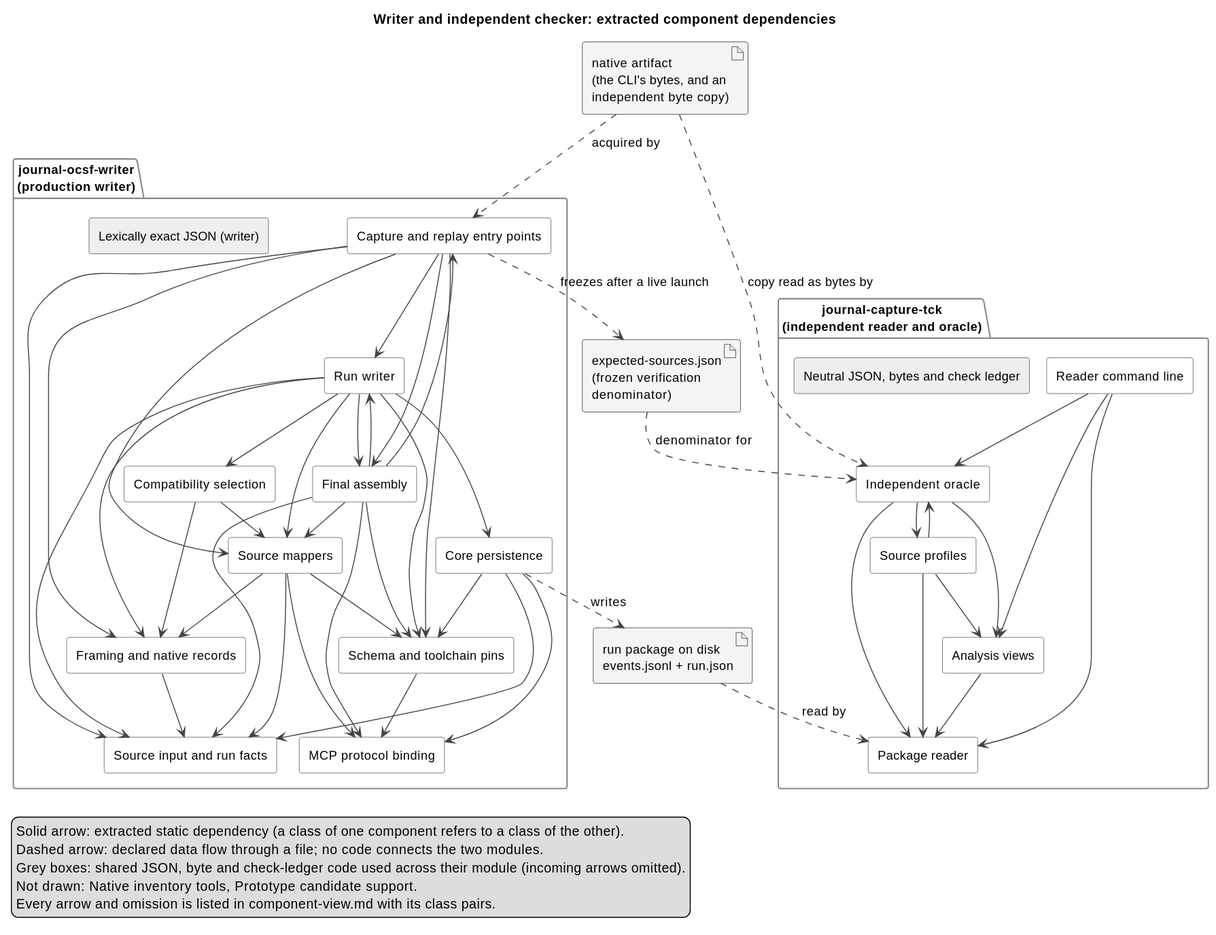
The PlantUML diagram docs/architecture/generated/component-view.svg in markpollack/agent-journal, before a commit.
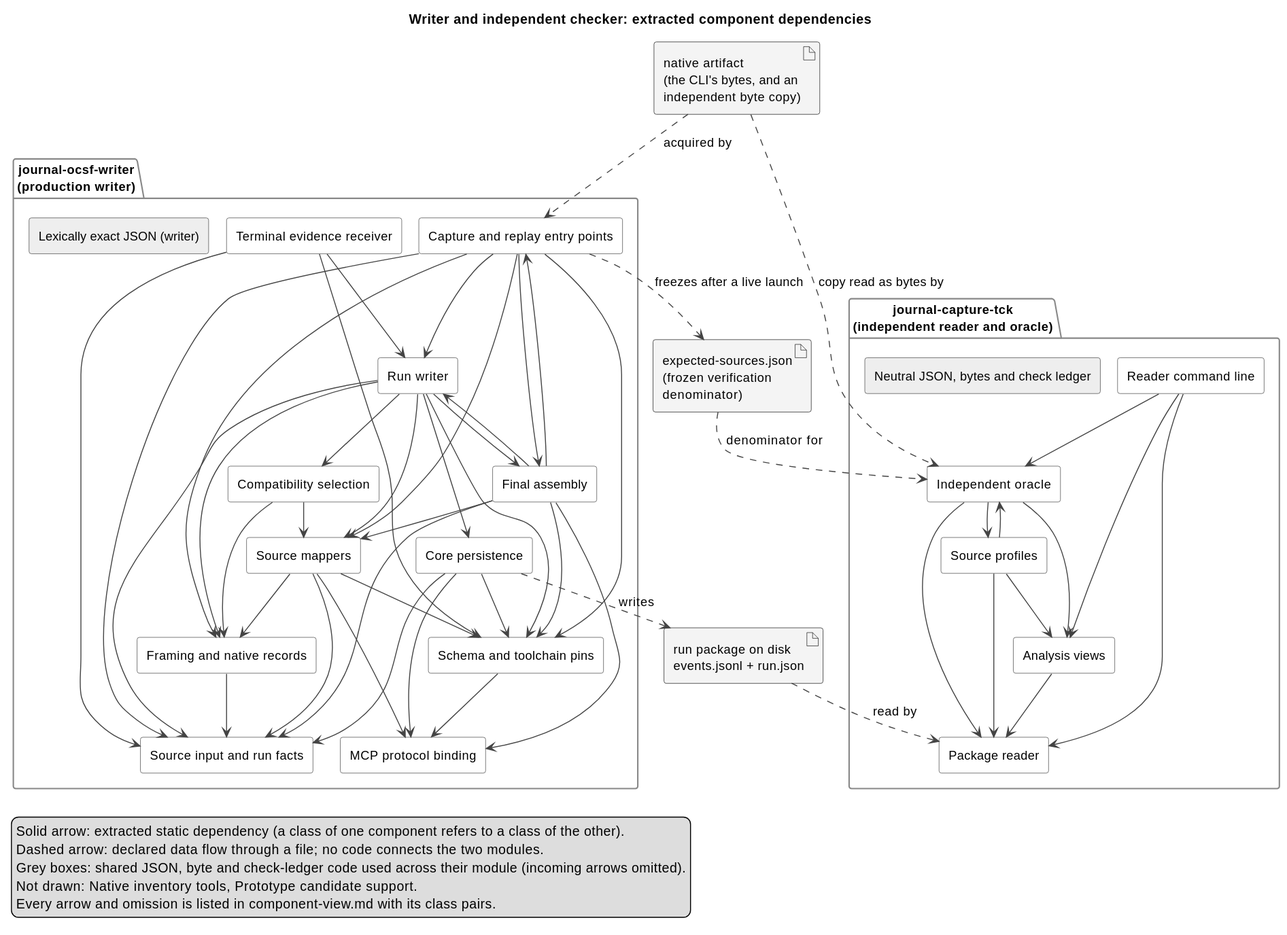
The same diagram one commit later.

Diff of the diagram source:
```diff
@@ -14,6 +14,7 @@
 artifact "native artifact\n(the CLI's bytes, and an\nindependent byte copy)" as native
 package "journal-ocsf-writer\n(production writer)" {
   [Capture and replay entry points] as capture
+  [Terminal evidence receiver] as terminal_receiver
   [Run writer] as run_writer
   [Source input and run facts] as run_input
   [Framing and native records] as framing
@@ -42,6 +43,9 @@
 capture --> mapping
 capture --> final_assembly
 capture --> schema
+terminal_receiver --> run_writer
+terminal_receiver --> run_input
+terminal_receiver --> schema
 run_writer --> run_input
 run_writer --> framing
 run_writer --> compatibility
```
